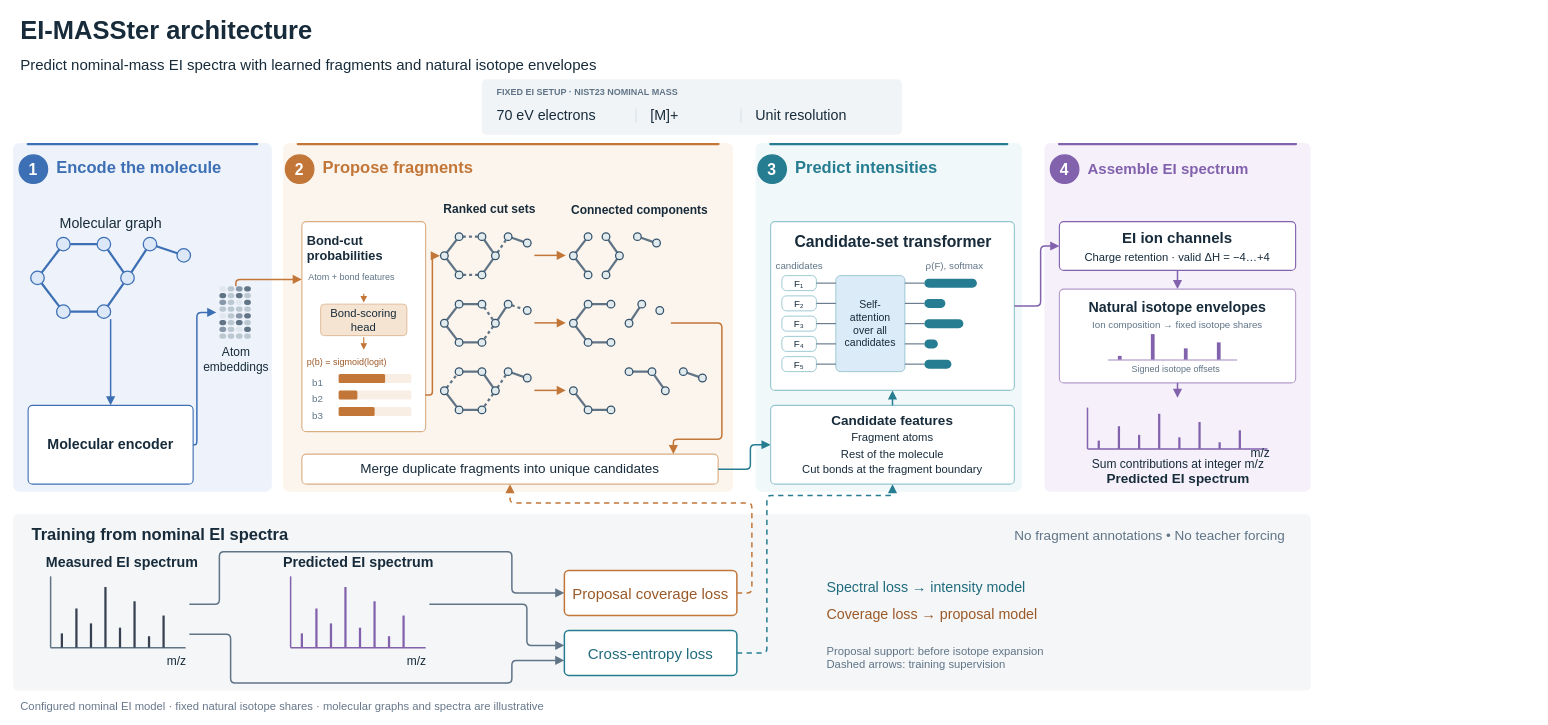
Before: page "EI-MASSter architecture" (3 of 3) of docs/figures/masster_figures.drawio in LZhang98/fragnnet, a draw.io diagram. Source tidied: cells renumbered, new cells numbered last; positions are measured from the earlier drawing's top-left corner, leaving out a move shared by most shapes. Both pictures are drawn from the tidied source at 75%, with x=0, y=0 at pixel (13, 13).
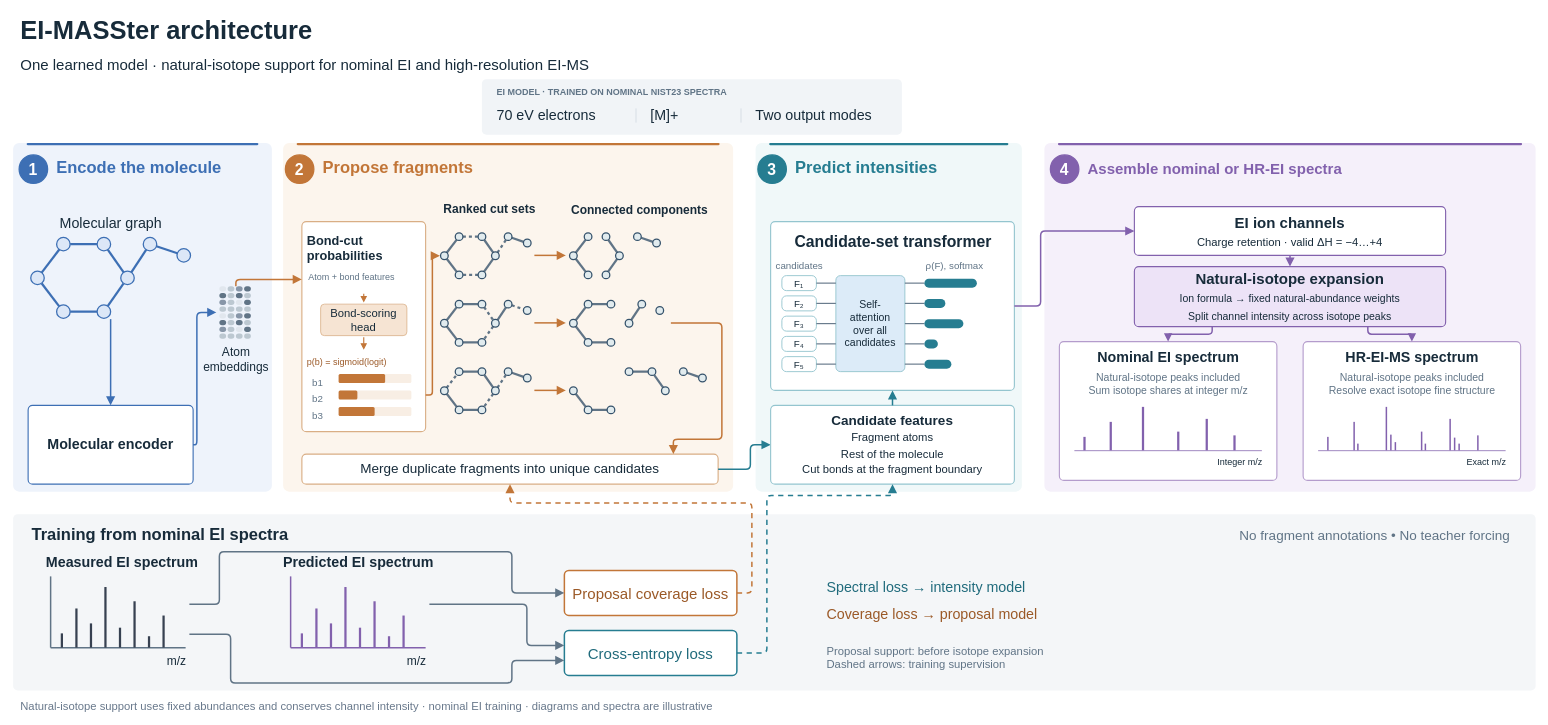
The same page after the edit.

Unchanged cells that the change refers to:
```xml
<mxCell id="11" style="rounded=1;absoluteArcSize=1;arcSize=12;html=1;fillColor=#F1F4F7;strokeColor=none;" parent="1" vertex="1">
  <mxGeometry x="625" y="88" width="560" height="74" as="geometry" />
</mxCell>
<mxCell id="73" style="rounded=1;absoluteArcSize=1;arcSize=12;whiteSpace=wrap;html=1;fillColor=#FFFFFF;strokeColor=#94C5CF;strokeWidth=1.5;fontFamily=Arial;fontSize=16;fontStyle=0;fontColor=#172B3A;verticalAlign=top;" parent="1" vertex="1">
  <mxGeometry x="1010" y="278" width="325" height="225" as="geometry" />
</mxCell>
```

Change to the diagram source:
```diff
@@
     <mxCell id="2" style="rounded=1;absoluteArcSize=1;arcSize=16;strokeColor=none;strokeWidth=1;html=1;fillColor=#F5F0FA;" parent="1" vertex="1">
-      <mxGeometry x="1375" y="173" width="355" height="465" as="geometry" />
+      <mxGeometry x="1375" y="173" width="655" height="465" as="geometry" />
     </mxCell>
     <mxCell id="3" style="rounded=1;absoluteArcSize=1;arcSize=16;strokeColor=none;strokeWidth=1;html=1;fillColor=#8261AD;" parent="1" vertex="1">
-      <mxGeometry x="1393" y="173" width="319" height="3" as="geometry" />
+      <mxGeometry x="1393" y="173" width="619" height="3" as="geometry" />
     </mxCell>
@@
-    <mxCell id="10" value="EI-MASSter architecture&lt;br&gt;&lt;font style=&quot;font-size:20px&quot;&gt;&lt;span style=&quot;font-weight:normal&quot;&gt;Predict nominal-mass EI spectra with learned fragments and natural isotope envelopes&lt;/span&gt;&lt;/font&gt;" style="text;html=1;align=left;verticalAlign=middle;whiteSpace=nowrap;spacing=0;fontFamily=Arial;fontSize=34;fontStyle=1;fontColor=#172B3A;" parent="1" vertex="1">
+    <mxCell id="10" value="EI-MASSter architecture&lt;br&gt;&lt;font style=&quot;font-size:20px&quot;&gt;&lt;span style=&quot;font-weight:normal&quot;&gt;One learned model · natural-isotope support for nominal EI and high-resolution EI-MS&lt;/span&gt;&lt;/font&gt;" style="text;html=1;align=left;verticalAlign=middle;whiteSpace=nowrap;spacing=0;fontFamily=Arial;fontSize=34;fontStyle=1;fontColor=#172B3A;" parent="1" vertex="1">
       <mxGeometry x="10" width="1400" height="85" as="geometry" />
     </mxCell>
@@
-    <mxCell id="12" value="FIXED EI SETUP · NIST23 NOMINAL MASS" style="text;html=1;align=left;verticalAlign=middle;whiteSpace=nowrap;spacing=0;fontFamily=Arial;fontSize=12;fontStyle=1;fontColor=#607486;" parent="11" vertex="1">
+    <mxCell id="12" value="EI MODEL · TRAINED ON NOMINAL NIST23 SPECTRA" style="text;html=1;align=left;verticalAlign=middle;whiteSpace=nowrap;spacing=0;fontFamily=Arial;fontSize=12;fontStyle=1;fontColor=#607486;" parent="11" vertex="1">
       <mxGeometry x="20" y="9" width="520" height="18" as="geometry" />
     </mxCell>
@@
-    <mxCell id="15" value="Unit resolution" style="text;html=1;align=left;verticalAlign=middle;whiteSpace=nowrap;spacing=0;fontFamily=Arial;fontSize=19;fontStyle=0;fontColor=#172B3A;" parent="11" vertex="1">
+    <mxCell id="15" value="Two output modes" style="text;html=1;align=left;verticalAlign=middle;whiteSpace=nowrap;spacing=0;fontFamily=Arial;fontSize=19;fontStyle=0;fontColor=#172B3A;" parent="11" vertex="1">
       <mxGeometry x="365" y="35" width="175" height="27" as="geometry" />
     </mxCell>
@@
-    <mxCell id="25" value="Assemble EI spectrum" style="text;html=1;align=left;verticalAlign=middle;whiteSpace=nowrap;spacing=0;fontFamily=Arial;fontStyle=1;fontColor=#8261AD;fontSize=20;" parent="1" vertex="1">
-      <mxGeometry x="1433" y="191" width="261" height="32.5" as="geometry" />
+    <mxCell id="25" value="Assemble nominal or HR-EI spectra" style="text;html=1;align=left;verticalAlign=middle;whiteSpace=nowrap;spacing=0;fontFamily=Arial;fontStyle=1;fontColor=#8261AD;fontSize=20;" parent="1" vertex="1">
+      <mxGeometry x="1433" y="191" width="530" height="32.5" as="geometry" />
     </mxCell>
@@
     <mxCell id="78" value="EI ion channels&lt;br&gt;&lt;font style=&quot;font-size:15px&quot;&gt;&lt;span style=&quot;font-weight:normal&quot;&gt;Charge retention · valid ΔH = −4…+4&lt;/span&gt;&lt;/font&gt;" style="rounded=1;absoluteArcSize=1;arcSize=12;whiteSpace=wrap;html=1;fillColor=#FFFFFF;strokeWidth=1.5;fontFamily=Arial;fontStyle=1;fontColor=#172B3A;strokeColor=#8261AD;fontSize=20;" parent="1" vertex="1">
-      <mxGeometry x="1395" y="278" width="315" height="65" as="geometry" />
+      <mxGeometry x="1495" y="258" width="415" height="65" as="geometry" />
     </mxCell>
     <mxCell id="79" style="edgeStyle=orthogonalEdgeStyle;rounded=1;arcSize=12;html=1;strokeWidth=2;endArrow=block;endFill=1;endSize=7;startArrow=none;exitX=1;exitY=0.5;exitDx=0;exitDy=0;exitPerimeter=0;entryX=0;entryY=0.5;entryDx=0;entryDy=0;entryPerimeter=0;strokeColor=#8261AD;" parent="1" edge="1" source="73" target="78">
       <mxGeometry relative="1" as="geometry">
         <Array as="points">
           <mxPoint x="1370" y="390.5" />
-          <mxPoint x="1370" y="310.5" />
+          <mxPoint x="1370" y="290.5" />
         </Array>
       </mxGeometry>
     </mxCell>
@@
-    <mxCell id="81" style="group;" parent="1" vertex="1">
-      <mxGeometry x="1432.5" y="526" width="240" height="55" as="geometry" />
-    </mxCell>
-    <mxCell id="82" style="edgeStyle=none;html=1;strokeWidth=2;endArrow=none;startArrow=none;strokeColor=#8261AD;" parent="81" edge="1">
-      <mxGeometry relative="1" as="geometry">
-        <mxPoint y="55" as="sourcePoint" />
-        <mxPoint x="240" y="55" as="targetPoint" />
-      </mxGeometry>
-    </mxCell>
-    <mxCell id="83" style="edgeStyle=none;html=1;strokeWidth=2;endArrow=none;startArrow=none;strokeColor=#8261AD;" parent="81" edge="1">
-      <mxGeometry relative="1" as="geometry">
-        <mxPoint y="55" as="sourcePoint" />
-        <mxPoint as="targetPoint" />
-      </mxGeometry>
-    </mxCell>
-    <mxCell id="84" style="edgeStyle=none;html=1;strokeWidth=3;endArrow=none;startArrow=none;strokeColor=#8261AD;" parent="81" edge="1">
-      <mxGeometry relative="1" as="geometry">
-        <mxPoint x="15" y="55" as="sourcePoint" />
-        <mxPoint x="15" y="44" as="targetPoint" />
-      </mxGeometry>
-    </mxCell>
-    <mxCell id="85" style="edgeStyle=none;html=1;strokeWidth=3;endArrow=none;startArrow=none;strokeColor=#8261AD;" parent="81" edge="1">
-      <mxGeometry relative="1" as="geometry">
-        <mxPoint x="41.9" y="55" as="sourcePoint" />
-        <mxPoint x="41.9" y="24.8" as="targetPoint" />
-      </mxGeometry>
-    </mxCell>
-    <mxCell id="86" style="edgeStyle=none;html=1;strokeWidth=3;endArrow=none;startArrow=none;strokeColor=#8261AD;" parent="81" edge="1">
-      <mxGeometry relative="1" as="geometry">
-        <mxPoint x="68.8" y="55" as="sourcePoint" />
-        <mxPoint x="68.8" y="36.3" as="targetPoint" />
-      </mxGeometry>
-    </mxCell>
-    <mxCell id="87" style="edgeStyle=none;html=1;strokeWidth=3;endArrow=none;startArrow=none;strokeColor=#8261AD;" parent="81" edge="1">
-      <mxGeometry relative="1" as="geometry">
-        <mxPoint x="95.6" y="55" as="sourcePoint" />
-        <mxPoint x="95.6" y="8.2" as="targetPoint" />
-      </mxGeometry>
-    </mxCell>
-    <mxCell id="88" style="edgeStyle=none;html=1;strokeWidth=3;endArrow=none;startArrow=none;strokeColor=#8261AD;" parent="81" edge="1">
-      <mxGeometry relative="1" as="geometry">
-        <mxPoint x="122.5" y="55" as="sourcePoint" />
-        <mxPoint x="122.5" y="39.6" as="targetPoint" />
-      </mxGeometry>
-    </mxCell>
-    <mxCell id="89" style="edgeStyle=none;html=1;strokeWidth=3;endArrow=none;startArrow=none;strokeColor=#8261AD;" parent="81" edge="1">
-      <mxGeometry relative="1" as="geometry">
-        <mxPoint x="149.4" y="55" as="sourcePoint" />
-        <mxPoint x="149.4" y="19.2" as="targetPoint" />
-      </mxGeometry>
-    </mxCell>
-    <mxCell id="90" style="edgeStyle=none;html=1;strokeWidth=3;endArrow=none;startArrow=none;strokeColor=#8261AD;" parent="81" edge="1">
-      <mxGeometry relative="1" as="geometry">
-        <mxPoint x="176.2" y="55" as="sourcePoint" />
-        <mxPoint x="176.2" y="46.2" as="targetPoint" />
-      </mxGeometry>
-    </mxCell>
-    <mxCell id="91" style="edgeStyle=none;html=1;strokeWidth=3;endArrow=none;startArrow=none;strokeColor=#8261AD;" parent="81" edge="1">
-      <mxGeometry relative="1" as="geometry">
-        <mxPoint x="203.1" y="55" as="sourcePoint" />
-        <mxPoint x="203.1" y="30.2" as="targetPoint" />
-      </mxGeometry>
-    </mxCell>
-    <mxCell id="92" value="m/z" style="text;html=1;align=right;verticalAlign=middle;whiteSpace=nowrap;spacing=0;fontFamily=Arial;fontSize=16;fontStyle=0;fontColor=#172B3A;" parent="1" vertex="1">
-      <mxGeometry x="1642.6" y="576" width="32.4" height="20.8" as="geometry" />
-    </mxCell>
-    <mxCell id="93" value="Sum contributions at integer m/z&lt;br&gt;&lt;font style=&quot;font-size:18px&quot;&gt;&lt;b&gt;Predicted EI spectrum&lt;/b&gt;&lt;/font&gt;" style="text;html=1;align=center;verticalAlign=middle;whiteSpace=nowrap;spacing=0;fontFamily=Arial;fontStyle=0;fontColor=#172B3A;fontSize=16;" parent="1" vertex="1">
-      <mxGeometry x="1395" y="592" width="315" height="40" as="geometry" />
-    </mxCell>
     <mxCell id="94" style="rounded=1;absoluteArcSize=1;arcSize=12;whiteSpace=wrap;html=1;fillColor=#F4F6F8;strokeColor=none;strokeWidth=1.5;fontFamily=Arial;fontSize=16;fontStyle=0;fontColor=#172B3A;verticalAlign=top;" parent="1" vertex="1">
-      <mxGeometry y="668" width="1730" height="235" as="geometry" />
+      <mxGeometry y="668" width="2030" height="235" as="geometry" />
     </mxCell>
@@
     <mxCell id="96" value="No fragment annotations  •  No teacher forcing" style="text;html=1;align=right;verticalAlign=middle;whiteSpace=nowrap;spacing=0;fontFamily=Arial;fontSize=18;fontStyle=0;fontColor=#607486;" parent="1" vertex="1">
-      <mxGeometry x="1054.2" y="682" width="640.8" height="29.9" as="geometry" />
+      <mxGeometry x="1354.2" y="682" width="640.8" height="29.9" as="geometry" />
     </mxCell>
@@
-    <mxCell id="133" value="Configured nominal EI model · fixed natural isotope shares · molecular graphs and spectra are illustrative" style="text;html=1;align=left;verticalAlign=middle;whiteSpace=nowrap;spacing=0;fontFamily=Arial;fontSize=15;fontStyle=0;fontColor=#68788b;" parent="1" vertex="1">
-      <mxGeometry x="10" y="913" width="1300" height="19.5" as="geometry" />
+    <mxCell id="133" value="Natural-isotope support uses fixed abundances and conserves channel intensity · nominal EI training · diagrams and spectra are illustrative" style="text;html=1;align=left;verticalAlign=middle;whiteSpace=nowrap;spacing=0;fontFamily=Arial;fontSize=15;fontStyle=0;fontColor=#68788b;" parent="1" vertex="1">
+      <mxGeometry x="10" y="913" width="1600" height="19.5" as="geometry" />
     </mxCell>
@@
-    <mxCell id="284" style="html=1;fontFamily=Arial;fontColor=#172B3A;whiteSpace=wrap;rounded=1;absoluteArcSize=1;arcSize=12;fillColor=#FFFFFF;strokeColor=#B49CCC;strokeWidth=1.5;" parent="1" vertex="1">
-      <mxGeometry x="1395" y="368" width="315" height="125" as="geometry" />
+    <mxCell id="284" value="&lt;b&gt;Natural-isotope expansion&lt;/b&gt;&lt;br&gt;&lt;span style=&quot;font-size:14px;font-weight:normal&quot;&gt;Ion formula → fixed natural-abundance weights&lt;br&gt;Split channel intensity across isotope peaks&lt;/span&gt;" style="html=1;fontFamily=Arial;fontColor=#172B3A;whiteSpace=wrap;rounded=1;absoluteArcSize=1;arcSize=12;fillColor=#EDE3F7;strokeColor=#8261AD;strokeWidth=1.5;fontSize=20;align=center;verticalAlign=middle;" parent="1" vertex="1">
+      <mxGeometry x="1495" y="338" width="415" height="80" as="geometry" />
     </mxCell>
-    <mxCell id="285" value="Natural isotope envelopes" style="html=1;fontFamily=Arial;fontColor=#172B3A;whiteSpace=wrap;text;align=center;fontSize=19;fontStyle=1;" parent="284" vertex="1">
-      <mxGeometry x="8" y="7" width="299" height="26" as="geometry" />
-    </mxCell>
-    <mxCell id="286" value="Ion composition → fixed isotope shares" style="html=1;fontFamily=Arial;fontColor=#172B3A;whiteSpace=wrap;text;align=center;fontSize=13;fontColor=#607486;" parent="284" vertex="1">
-      <mxGeometry x="8" y="33" width="299" height="22" as="geometry" />
-    </mxCell>
-    <mxCell id="287" style="fillColor=#8261AD;strokeColor=none;" parent="284" vertex="1">
-      <mxGeometry x="78" y="89" width="5" height="5" as="geometry" />
-    </mxCell>
-    <mxCell id="288" style="fillColor=#8261AD;strokeColor=none;" parent="284" vertex="1">
-      <mxGeometry x="122" y="60" width="5" height="34" as="geometry" />
-    </mxCell>
-    <mxCell id="289" style="fillColor=#8261AD;strokeColor=none;" parent="284" vertex="1">
-      <mxGeometry x="166" y="79" width="5" height="15" as="geometry" />
-    </mxCell>
-    <mxCell id="290" style="fillColor=#8261AD;strokeColor=none;" parent="284" vertex="1">
-      <mxGeometry x="210" y="71" width="5" height="23" as="geometry" />
-    </mxCell>
-    <mxCell id="291" style="fillColor=#8261AD;strokeColor=none;" parent="284" vertex="1">
-      <mxGeometry x="65" y="94" width="172" height="1" as="geometry" />
-    </mxCell>
-    <mxCell id="292" style="edgeStyle=none;html=1;strokeColor=#8261AD;strokeWidth=2;endArrow=block;endFill=1;endSize=7;exitX=0.5;exitY=1;exitPerimeter=0;" parent="1" edge="1" source="284">
-      <mxGeometry relative="1" as="geometry">
-        <mxPoint x="1552.5" y="513" as="targetPoint" />
-      </mxGeometry>
-    </mxCell>
-    <mxCell id="293" value="Signed isotope offsets" style="text;html=1;fontFamily=Arial;fontSize=12;fontColor=#607486;align=center;verticalAlign=middle;spacing=0;" parent="284" vertex="1">
-      <mxGeometry x="60" y="98" width="190" height="18" as="geometry" />
-    </mxCell>
+    <mxCell id="294" style="rounded=1;absoluteArcSize=1;arcSize=12;fillColor=#FFFFFF;strokeColor=#B49CCC;strokeWidth=1.5;html=1;" parent="1" vertex="1">
+      <mxGeometry x="1395" y="438" width="290" height="185" as="geometry" />
+    </mxCell>
+    <mxCell id="295" value="Nominal EI spectrum" style="text;html=1;fontFamily=Arial;fontColor=#172B3A;align=center;verticalAlign=middle;spacing=0;fontSize=19;fontStyle=1;" parent="294" vertex="1">
+      <mxGeometry x="10" y="9" width="270" height="25" as="geometry" />
+    </mxCell>
+    <mxCell id="296" value="Natural-isotope peaks included&lt;br&gt;Sum isotope shares at integer m/z" style="text;html=1;fontFamily=Arial;fontColor=#172B3A;align=center;verticalAlign=middle;spacing=0;fontSize=14;fontColor=#607486;" parent="294" vertex="1">
+      <mxGeometry x="8" y="37" width="274" height="38" as="geometry" />
+    </mxCell>
+    <mxCell id="297" style="fillColor=#8261AD;strokeColor=none;" parent="294" vertex="1">
+      <mxGeometry x="20" y="145" width="250" height="1" as="geometry" />
+    </mxCell>
+    <mxCell id="298" value="Integer m/z" style="text;html=1;fontFamily=Arial;fontColor=#172B3A;align=center;verticalAlign=middle;spacing=0;fontSize=12;align=right;" parent="294" vertex="1">
+      <mxGeometry x="170" y="151" width="100" height="20" as="geometry" />
+    </mxCell>
+    <mxCell id="299" style="fillColor=#8261AD;strokeColor=none;" parent="294" vertex="1">
+      <mxGeometry x="32" y="127" width="3" height="18" as="geometry" />
+    </mxCell>
+    <mxCell id="300" style="fillColor=#8261AD;strokeColor=none;" parent="294" vertex="1">
+      <mxGeometry x="67" y="107" width="3" height="38" as="geometry" />
+    </mxCell>
+    <mxCell id="301" style="fillColor=#8261AD;strokeColor=none;" parent="294" vertex="1">
+      <mxGeometry x="110" y="87" width="3" height="58" as="geometry" />
+    </mxCell>
+    <mxCell id="302" style="fillColor=#8261AD;strokeColor=none;" parent="294" vertex="1">
+      <mxGeometry x="157" y="120" width="3" height="25" as="geometry" />
+    </mxCell>
+    <mxCell id="303" style="fillColor=#8261AD;strokeColor=none;" parent="294" vertex="1">
+      <mxGeometry x="195" y="103" width="3" height="42" as="geometry" />
+    </mxCell>
+    <mxCell id="304" style="fillColor=#8261AD;strokeColor=none;" parent="294" vertex="1">
+      <mxGeometry x="232" y="125" width="3" height="20" as="geometry" />
+    </mxCell>
+    <mxCell id="305" style="edgeStyle=orthogonalEdgeStyle;rounded=1;arcSize=10;html=1;strokeColor=#8261AD;strokeWidth=2;endArrow=block;endFill=1;exitX=.25;exitY=1;entryX=0.5;entryY=0;exitPerimeter=0;entryPerimeter=0;" parent="1" edge="1" source="284" target="294">
+      <mxGeometry relative="1" as="geometry">
+        <Array as="points">
+          <mxPoint x="1598.8" y="428" />
+          <mxPoint x="1540" y="428" />
+        </Array>
+      </mxGeometry>
+    </mxCell>
+    <mxCell id="306" style="rounded=1;absoluteArcSize=1;arcSize=12;fillColor=#FFFFFF;strokeColor=#B49CCC;strokeWidth=1.5;html=1;" parent="1" vertex="1">
+      <mxGeometry x="1720" y="438" width="290" height="185" as="geometry" />
+    </mxCell>
+    <mxCell id="307" value="HR-EI-MS spectrum" style="text;html=1;fontFamily=Arial;fontColor=#172B3A;align=center;verticalAlign=middle;spacing=0;fontSize=19;fontStyle=1;" parent="306" vertex="1">
+      <mxGeometry x="10" y="9" width="270" height="25" as="geometry" />
+    </mxCell>
+    <mxCell id="308" value="Natural-isotope peaks included&lt;br&gt;Resolve exact isotope fine structure" style="text;html=1;fontFamily=Arial;fontColor=#172B3A;align=center;verticalAlign=middle;spacing=0;fontSize=14;fontColor=#607486;" parent="306" vertex="1">
+      <mxGeometry x="8" y="37" width="274" height="38" as="geometry" />
+    </mxCell>
+    <mxCell id="309" style="fillColor=#8261AD;strokeColor=none;" parent="306" vertex="1">
+      <mxGeometry x="20" y="145" width="250" height="1" as="geometry" />
+    </mxCell>
+    <mxCell id="310" value="Exact m/z" style="text;html=1;fontFamily=Arial;fontColor=#172B3A;align=center;verticalAlign=middle;spacing=0;fontSize=12;align=right;" parent="306" vertex="1">
+      <mxGeometry x="170" y="151" width="100" height="20" as="geometry" />
+    </mxCell>
+    <mxCell id="311" style="fillColor=#8261AD;strokeColor=none;" parent="306" vertex="1">
+      <mxGeometry x="32" y="127" width="2" height="18" as="geometry" />
+    </mxCell>
+    <mxCell id="312" style="fillColor=#8261AD;strokeColor=none;" parent="306" vertex="1">
+      <mxGeometry x="67" y="107" width="2" height="38" as="geometry" />
+    </mxCell>
+    <mxCell id="313" style="fillColor=#8261AD;strokeColor=none;" parent="306" vertex="1">
+      <mxGeometry x="72" y="136" width="2" height="9" as="geometry" />
+    </mxCell>
+    <mxCell id="314" style="fillColor=#8261AD;strokeColor=none;" parent="306" vertex="1">
+      <mxGeometry x="110" y="87" width="2" height="58" as="geometry" />
+    </mxCell>
+    <mxCell id="315" style="fillColor=#8261AD;strokeColor=none;" parent="306" vertex="1">
+      <mxGeometry x="116" y="124" width="2" height="21" as="geometry" />
+    </mxCell>
+    <mxCell id="316" style="fillColor=#8261AD;strokeColor=none;" parent="306" vertex="1">
+      <mxGeometry x="122" y="134" width="2" height="11" as="geometry" />
+    </mxCell>
+    <mxCell id="317" style="fillColor=#8261AD;strokeColor=none;" parent="306" vertex="1">
+      <mxGeometry x="157" y="120" width="2" height="25" as="geometry" />
+    </mxCell>
+    <mxCell id="318" style="fillColor=#8261AD;strokeColor=none;" parent="306" vertex="1">
+      <mxGeometry x="162" y="136" width="2" height="9" as="geometry" />
+    </mxCell>
+    <mxCell id="319" style="fillColor=#8261AD;strokeColor=none;" parent="306" vertex="1">
+      <mxGeometry x="195" y="103" width="2" height="42" as="geometry" />
+    </mxCell>
+    <mxCell id="320" style="fillColor=#8261AD;strokeColor=none;" parent="306" vertex="1">
+      <mxGeometry x="201" y="128" width="2" height="17" as="geometry" />
+    </mxCell>
+    <mxCell id="321" style="fillColor=#8261AD;strokeColor=none;" parent="306" vertex="1">
+      <mxGeometry x="207" y="136" width="2" height="9" as="geometry" />
+    </mxCell>
+    <mxCell id="322" style="fillColor=#8261AD;strokeColor=none;" parent="306" vertex="1">
+      <mxGeometry x="232" y="125" width="2" height="20" as="geometry" />
+    </mxCell>
+    <mxCell id="323" style="edgeStyle=orthogonalEdgeStyle;rounded=1;arcSize=10;html=1;strokeColor=#8261AD;strokeWidth=2;endArrow=block;endFill=1;exitX=.75;exitY=1;entryX=0.5;entryY=0;exitPerimeter=0;entryPerimeter=0;" parent="1" edge="1" source="284" target="306">
+      <mxGeometry relative="1" as="geometry">
+        <Array as="points">
+          <mxPoint x="1806.2" y="428" />
+          <mxPoint x="1865" y="428" />
+        </Array>
+      </mxGeometry>
+    </mxCell>
```
